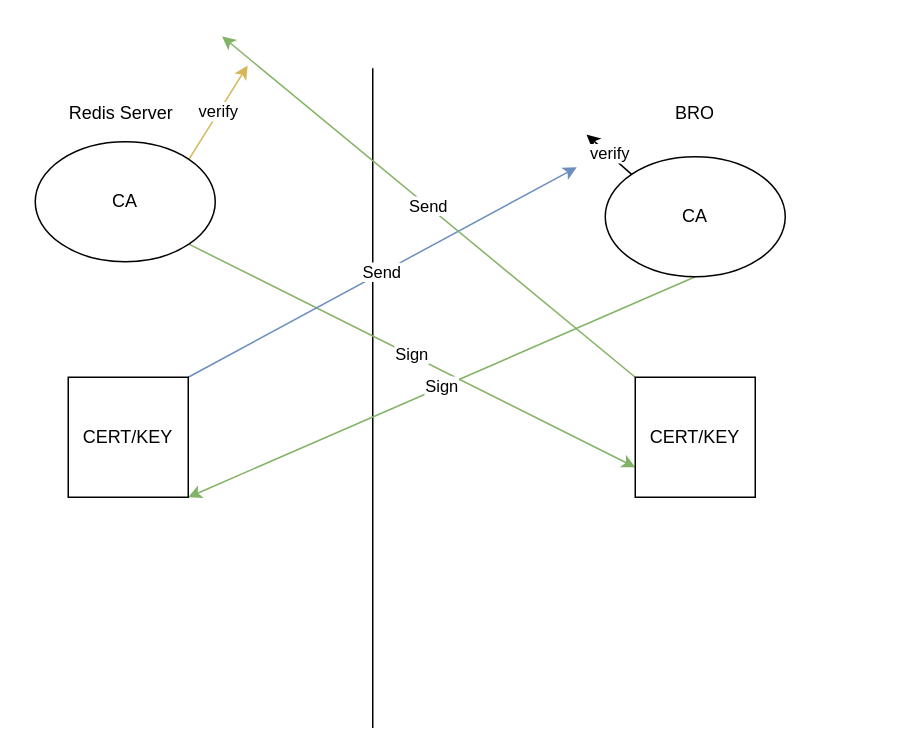
Albert-W/Draw_io keeps this draw.io diagram as Redis SSL.drawio. Above is the earlier version. Source tidied: cells renumbered, new cells numbered last; positions are measured from the earlier drawing's top-left corner, leaving out a move shared by most shapes. Both pictures are drawn from the tidied source at 150%, with x=0, y=0 at pixel (27, 36).
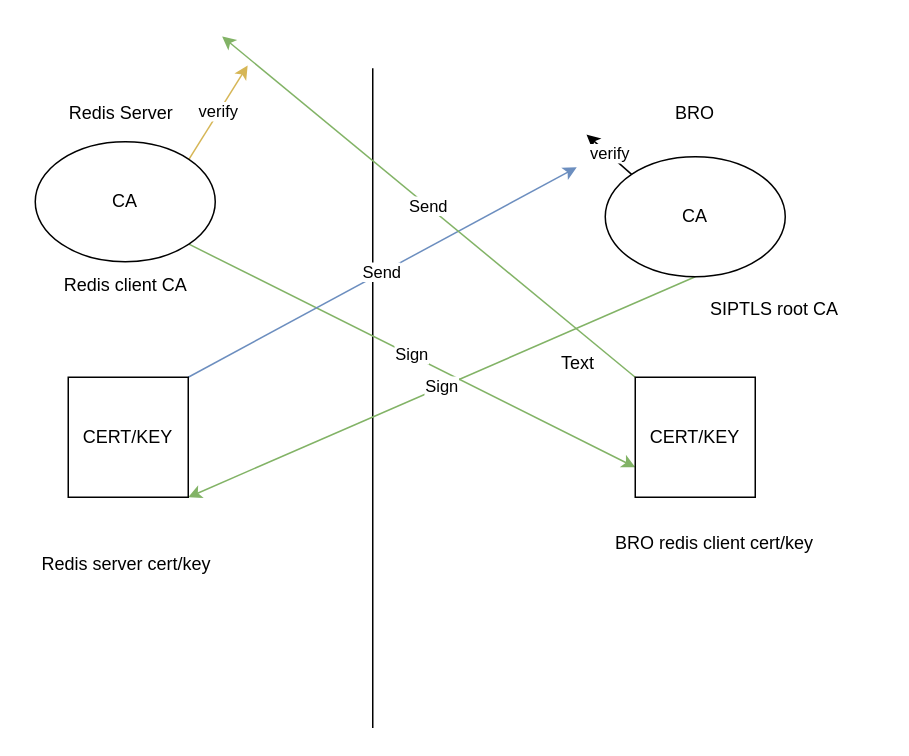
The same page after the edit.

Diff of the diagram source:
```diff
@@
+    <mxCell id="15" value="Redis client CA" style="text;html=1;strokeColor=none;fillColor=none;align=center;verticalAlign=middle;whiteSpace=wrap;rounded=0;" parent="1" vertex="1">
+      <mxGeometry x="7.5" y="156" width="115" height="20" as="geometry" />
+    </mxCell>
+    <mxCell id="16" value="SIPTLS root CA" style="text;html=1;strokeColor=none;fillColor=none;align=center;verticalAlign=middle;whiteSpace=wrap;rounded=0;" parent="1" vertex="1">
+      <mxGeometry x="425" y="172" width="146" height="20" as="geometry" />
+    </mxCell>
+    <mxCell id="17" value="Redis server cert/key" style="text;html=1;strokeColor=none;fillColor=none;align=center;verticalAlign=middle;whiteSpace=wrap;rounded=0;" parent="1" vertex="1">
+      <mxGeometry x="-1" y="332" width="134" height="39" as="geometry" />
+    </mxCell>
+    <mxCell id="18" value="Text" style="text;html=1;strokeColor=none;fillColor=none;align=center;verticalAlign=middle;whiteSpace=wrap;rounded=0;" parent="1" vertex="1">
+      <mxGeometry x="347" y="208" width="40" height="20" as="geometry" />
+    </mxCell>
+    <mxCell id="19" value="BRO redis client cert/key" style="text;html=1;strokeColor=none;fillColor=none;align=center;verticalAlign=middle;whiteSpace=wrap;rounded=0;" parent="1" vertex="1">
+      <mxGeometry x="385" y="315" width="146" height="45" as="geometry" />
+    </mxCell>
```
